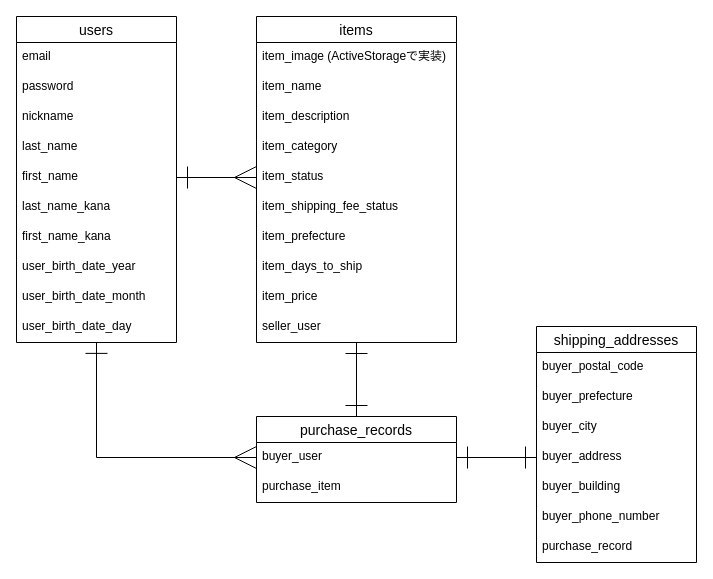
The draw.io diagram DBdesign.dio in Riikuma/furima-35534, before the edit. Source tidied: cells renumbered, new cells numbered last; positions are measured from the earlier drawing's top-left corner, leaving out a move shared by most shapes. Both pictures are drawn from the tidied source at 100%, with x=0, y=0 at pixel (16, 16).
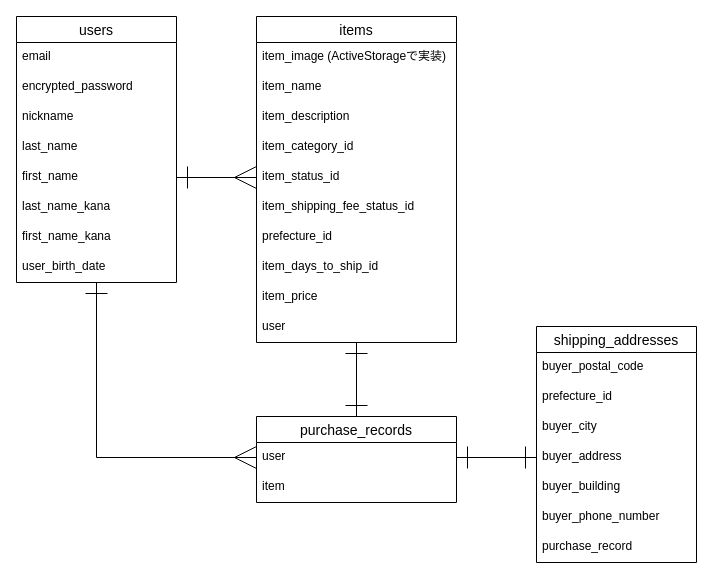
After the change.

Commit message (it also covers changes not shown here):
ER図、DB設計修正

The change refers to these unchanged cells:
```xml
<mxCell id="13" value="items" style="swimlane;fontStyle=0;horizontal=1;startSize=26;align=center;fontSize=14;" parent="1" vertex="1">
  <mxGeometry x="240" width="200" height="326" as="geometry" />
</mxCell>
<mxCell id="25" value="purchase_records" style="swimlane;fontStyle=0;horizontal=1;startSize=26;align=center;fontSize=14;" parent="1" vertex="1">
  <mxGeometry x="240" y="400" width="200" height="86" as="geometry" />
</mxCell>
<mxCell id="28" value="shipping_addresses" style="swimlane;fontStyle=0;horizontal=1;startSize=26;align=center;fontSize=14;" parent="1" vertex="1">
  <mxGeometry x="520" y="310" width="160" height="236" as="geometry" />
</mxCell>
```

What changed in the source:
```diff
@@
     <mxCell id="2" value="users" style="swimlane;fontStyle=0;horizontal=1;startSize=26;align=center;fontSize=14;" parent="1" vertex="1">
-      <mxGeometry width="160" height="326" as="geometry" />
+      <mxGeometry width="160" height="266" as="geometry" />
     </mxCell>
@@
-    <mxCell id="4" value="password" style="text;strokeColor=none;fillColor=none;spacingLeft=4;spacingRight=4;overflow=hidden;fontSize=12;" parent="2" vertex="1">
+    <mxCell id="4" value="encrypted_password" style="text;strokeColor=none;fillColor=none;spacingLeft=4;spacingRight=4;overflow=hidden;fontSize=12;" parent="2" vertex="1">
       <mxGeometry y="56" width="160" height="30" as="geometry" />
     </mxCell>
@@
-    <mxCell id="10" value="user_birth_date_year" style="text;strokeColor=none;fillColor=none;spacingLeft=4;spacingRight=4;overflow=hidden;points=[[0,0.5],[1,0.5]];portConstraint=eastwest;fontSize=12;" parent="2" vertex="1">
+    <mxCell id="10" value="user_birth_date" style="text;strokeColor=none;fillColor=none;spacingLeft=4;spacingRight=4;overflow=hidden;points=[[0,0.5],[1,0.5]];portConstraint=eastwest;fontSize=12;" parent="2" vertex="1">
       <mxGeometry y="236" width="160" height="30" as="geometry" />
     </mxCell>
-    <mxCell id="11" value="user_birth_date_month" style="text;strokeColor=none;fillColor=none;spacingLeft=4;spacingRight=4;overflow=hidden;fontSize=12;" parent="2" vertex="1">
-      <mxGeometry y="266" width="160" height="30" as="geometry" />
-    </mxCell>
-    <mxCell id="12" value="user_birth_date_day" style="text;strokeColor=none;fillColor=none;spacingLeft=4;spacingRight=4;overflow=hidden;points=[[0,0.5],[1,0.5]];portConstraint=eastwest;fontSize=12;" parent="2" vertex="1">
-      <mxGeometry y="296" width="160" height="30" as="geometry" />
-    </mxCell>
@@
-    <mxCell id="17" value="item_category" style="text;strokeColor=none;fillColor=none;spacingLeft=4;spacingRight=4;overflow=hidden;fontSize=12;" parent="13" vertex="1">
+    <mxCell id="17" value="item_category_id" style="text;strokeColor=none;fillColor=none;spacingLeft=4;spacingRight=4;overflow=hidden;fontSize=12;" parent="13" vertex="1">
       <mxGeometry y="116" width="200" height="30" as="geometry" />
     </mxCell>
-    <mxCell id="18" value="item_status" style="text;strokeColor=none;fillColor=none;spacingLeft=4;spacingRight=4;overflow=hidden;points=[[0,0.5],[1,0.5]];portConstraint=eastwest;fontSize=12;" parent="13" vertex="1">
+    <mxCell id="18" value="item_status_id" style="text;strokeColor=none;fillColor=none;spacingLeft=4;spacingRight=4;overflow=hidden;points=[[0,0.5],[1,0.5]];portConstraint=eastwest;fontSize=12;" parent="13" vertex="1">
       <mxGeometry y="146" width="200" height="30" as="geometry" />
     </mxCell>
-    <mxCell id="19" value="item_shipping_fee_status" style="text;strokeColor=none;fillColor=none;spacingLeft=4;spacingRight=4;overflow=hidden;fontSize=12;" parent="13" vertex="1">
+    <mxCell id="19" value="item_shipping_fee_status_id" style="text;strokeColor=none;fillColor=none;spacingLeft=4;spacingRight=4;overflow=hidden;fontSize=12;" parent="13" vertex="1">
       <mxGeometry y="176" width="200" height="30" as="geometry" />
     </mxCell>
-    <mxCell id="20" value="item_prefecture" style="text;strokeColor=none;fillColor=none;spacingLeft=4;spacingRight=4;overflow=hidden;fontSize=12;" parent="13" vertex="1">
+    <mxCell id="20" value="prefecture_id" style="text;strokeColor=none;fillColor=none;spacingLeft=4;spacingRight=4;overflow=hidden;fontSize=12;" parent="13" vertex="1">
       <mxGeometry y="206" width="200" height="30" as="geometry" />
     </mxCell>
-    <mxCell id="21" value="item_days_to_ship" style="text;strokeColor=none;fillColor=none;spacingLeft=4;spacingRight=4;overflow=hidden;fontSize=12;" parent="13" vertex="1">
+    <mxCell id="21" value="item_days_to_ship_id" style="text;strokeColor=none;fillColor=none;spacingLeft=4;spacingRight=4;overflow=hidden;fontSize=12;" parent="13" vertex="1">
       <mxGeometry y="236" width="200" height="30" as="geometry" />
     </mxCell>
@@
-    <mxCell id="23" value="seller_user" style="text;strokeColor=none;fillColor=none;spacingLeft=4;spacingRight=4;overflow=hidden;fontSize=12;" parent="13" vertex="1">
+    <mxCell id="23" value="user" style="text;strokeColor=none;fillColor=none;spacingLeft=4;spacingRight=4;overflow=hidden;fontSize=12;" parent="13" vertex="1">
       <mxGeometry y="296" width="200" height="30" as="geometry" />
     </mxCell>
@@
-    <mxCell id="26" value="buyer_user" style="text;strokeColor=none;fillColor=none;spacingLeft=4;spacingRight=4;overflow=hidden;points=[[0,0.5],[1,0.5]];portConstraint=eastwest;fontSize=12;" parent="25" vertex="1">
+    <mxCell id="26" value="user" style="text;strokeColor=none;fillColor=none;spacingLeft=4;spacingRight=4;overflow=hidden;points=[[0,0.5],[1,0.5]];portConstraint=eastwest;fontSize=12;" parent="25" vertex="1">
       <mxGeometry y="26" width="200" height="30" as="geometry" />
     </mxCell>
-    <mxCell id="27" value="purchase_item" style="text;strokeColor=none;fillColor=none;spacingLeft=4;spacingRight=4;overflow=hidden;fontSize=12;" parent="25" vertex="1">
+    <mxCell id="27" value="item" style="text;strokeColor=none;fillColor=none;spacingLeft=4;spacingRight=4;overflow=hidden;fontSize=12;" parent="25" vertex="1">
       <mxGeometry y="56" width="200" height="30" as="geometry" />
     </mxCell>
@@
-    <mxCell id="30" value="buyer_prefecture" style="text;strokeColor=none;fillColor=none;spacingLeft=4;spacingRight=4;overflow=hidden;fontSize=12;" parent="28" vertex="1">
+    <mxCell id="30" value="prefecture_id" style="text;strokeColor=none;fillColor=none;spacingLeft=4;spacingRight=4;overflow=hidden;fontSize=12;" parent="28" vertex="1">
       <mxGeometry y="56" width="160" height="30" as="geometry" />
     </mxCell>
@@
-    <mxCell id="38" style="edgeStyle=orthogonalEdgeStyle;rounded=0;jettySize=auto;html=1;exitX=0.5;exitY=0.996;exitDx=0;exitDy=0;entryX=0;entryY=0.5;entryDx=0;entryDy=0;startArrow=ERone;startFill=0;startSize=20;sourcePerimeterSpacing=0;endArrow=ERmany;endFill=0;endSize=20;targetPerimeterSpacing=0;exitPerimeter=0;" parent="1" edge="1" source="12" target="26">
+    <mxCell id="38" style="edgeStyle=orthogonalEdgeStyle;rounded=0;jettySize=auto;html=1;exitX=0.5;exitY=1;exitDx=0;exitDy=0;entryX=0;entryY=0.5;entryDx=0;entryDy=0;startArrow=ERone;startFill=0;startSize=20;sourcePerimeterSpacing=0;endArrow=ERmany;endFill=0;endSize=20;targetPerimeterSpacing=0;exitPerimeter=0;" parent="1" edge="1" source="10" target="26">
       <mxGeometry relative="1" as="geometry" />
     </mxCell>
```
